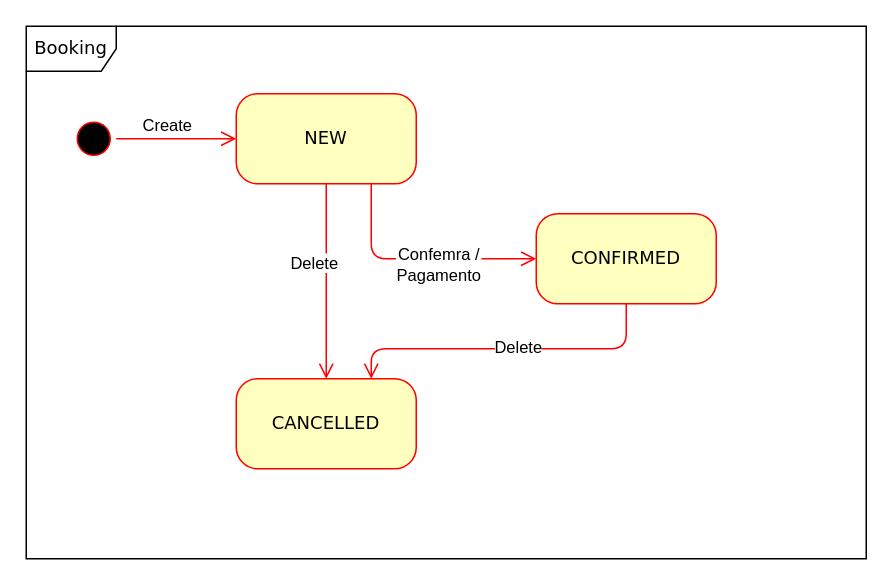
flistell/pw-booking keeps this draw.io diagram as docs/Transaction State Diagram.drawio. Above is the earlier version. Source tidied: cells renumbered, new cells numbered last; positions are measured from the earlier drawing's top-left corner, leaving out a move shared by most shapes. Both pictures are drawn from the tidied source at 150%, with x=0, y=0 at pixel (26, 26).
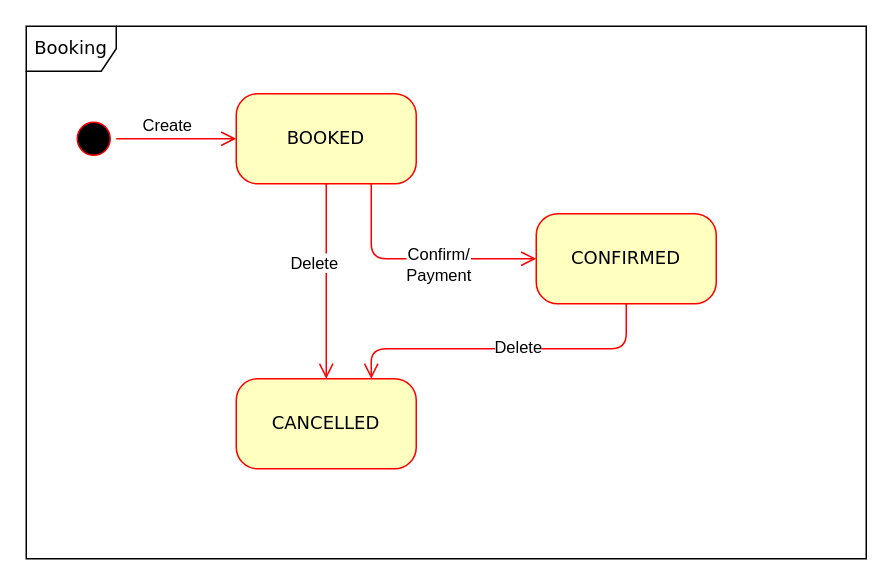
The same diagram, later.

Diff of the diagram source:
```diff
@@
 <mxGraphModel>
   <root>
     <mxCell id="0" />
     <mxCell id="1" parent="0" />
     <mxCell id="2" value="Booking" style="shape=umlFrame;whiteSpace=wrap;html=1;rounded=1;shadow=0;comic=0;labelBackgroundColor=none;strokeWidth=1;fontFamily=Verdana;fontSize=12;align=center;" parent="1" vertex="1">
       <mxGeometry width="560" height="355" as="geometry" />
     </mxCell>
     <mxCell id="3" style="ellipse;html=1;shape=startState;fillColor=#000000;strokeColor=#ff0000;rounded=1;shadow=0;comic=0;labelBackgroundColor=none;fontFamily=Verdana;fontSize=12;fontColor=#000000;align=center;direction=south;" parent="1" vertex="1">
       <mxGeometry x="30" y="60" width="30" height="30" as="geometry" />
     </mxCell>
     <mxCell id="4" value="CANCELLED" style="rounded=1;whiteSpace=wrap;html=1;arcSize=24;fillColor=#ffffc0;strokeColor=#ff0000;shadow=0;comic=0;labelBackgroundColor=none;fontFamily=Verdana;fontSize=12;fontColor=#000000;align=center;" parent="1" vertex="1">
       <mxGeometry x="140" y="235" width="120" height="60" as="geometry" />
     </mxCell>
-    <mxCell id="5" value="NEW" style="rounded=1;whiteSpace=wrap;html=1;arcSize=24;fillColor=#ffffc0;strokeColor=#ff0000;shadow=0;comic=0;labelBackgroundColor=none;fontFamily=Verdana;fontSize=12;fontColor=#000000;align=center;" parent="1" vertex="1">
+    <mxCell id="5" value="BOOKED" style="rounded=1;whiteSpace=wrap;html=1;arcSize=24;fillColor=#ffffc0;strokeColor=#ff0000;shadow=0;comic=0;labelBackgroundColor=none;fontFamily=Verdana;fontSize=12;fontColor=#000000;align=center;" parent="1" vertex="1">
       <mxGeometry x="140" y="45" width="120" height="60" as="geometry" />
     </mxCell>
     <mxCell id="6" value="CONFIRMED" style="rounded=1;whiteSpace=wrap;html=1;arcSize=24;fillColor=#ffffc0;strokeColor=#ff0000;shadow=0;comic=0;labelBackgroundColor=none;fontFamily=Verdana;fontSize=12;fontColor=#000000;align=center;" parent="1" vertex="1">
       <mxGeometry x="340" y="125" width="120" height="60" as="geometry" />
     </mxCell>
     <mxCell id="7" style="edgeStyle=orthogonalEdgeStyle;html=1;labelBackgroundColor=none;endArrow=open;endSize=8;strokeColor=#ff0000;fontFamily=Verdana;fontSize=12;align=left;" parent="1" edge="1" source="3" target="5">
       <mxGeometry relative="1" as="geometry" />
     </mxCell>
     <mxCell id="8" value="Create&lt;div&gt;&lt;br&gt;&lt;/div&gt;" style="edgeLabel;html=1;align=center;verticalAlign=middle;labelBackgroundColor=none;" parent="7" vertex="1">
       <mxGeometry x="-0.17" y="3" relative="1" as="geometry" />
     </mxCell>
     <mxCell id="9" style="edgeStyle=orthogonalEdgeStyle;html=1;labelBackgroundColor=none;endArrow=open;endSize=8;strokeColor=#ff0000;fontFamily=Verdana;fontSize=12;align=left;entryX=0;entryY=0.5;" parent="1" edge="1" source="5" target="6">
       <mxGeometry relative="1" as="geometry">
         <Array as="points">
           <mxPoint x="230" y="155" />
         </Array>
       </mxGeometry>
     </mxCell>
-    <mxCell id="10" value="Confemra /&lt;div&gt;Pagamento&lt;/div&gt;" style="edgeLabel;html=1;align=center;verticalAlign=middle;" parent="9" vertex="1">
+    <mxCell id="10" value="Confirm/&lt;div&gt;Payment&lt;/div&gt;" style="edgeLabel;html=1;align=center;verticalAlign=middle;" parent="9" vertex="1">
       <mxGeometry x="0.17" y="-3" relative="1" as="geometry" />
     </mxCell>
     <mxCell id="11" style="edgeStyle=orthogonalEdgeStyle;html=1;entryX=0.75;entryY=0;labelBackgroundColor=none;endArrow=open;endSize=8;strokeColor=#ff0000;fontFamily=Verdana;fontSize=12;align=left;exitX=0.5;exitY=1;" parent="1" edge="1" source="6" target="4">
       <mxGeometry relative="1" as="geometry">
         <Array as="points">
           <mxPoint x="400" y="215" />
           <mxPoint x="230" y="215" />
         </Array>
       </mxGeometry>
     </mxCell>
     <mxCell id="12" value="Delete" style="edgeLabel;html=1;align=center;verticalAlign=middle;" parent="11" vertex="1">
       <mxGeometry x="-0.06" y="-2" relative="1" as="geometry" />
     </mxCell>
     <mxCell id="13" style="edgeStyle=elbowEdgeStyle;html=1;labelBackgroundColor=none;endArrow=open;endSize=8;strokeColor=#ff0000;fontFamily=Verdana;fontSize=12;align=left;exitX=0.5;exitY=1;exitDx=0;exitDy=0;entryX=0.5;entryY=0;entryDx=0;entryDy=0;" parent="1" edge="1" source="5" target="4">
       <mxGeometry relative="1" as="geometry" />
     </mxCell>
     <mxCell id="14" value="Delete" style="edgeLabel;html=1;align=center;verticalAlign=middle;" parent="13" vertex="1">
       <mxGeometry x="-0.2" y="-9" relative="1" as="geometry" />
     </mxCell>
   </root>
 </mxGraphModel>
```
